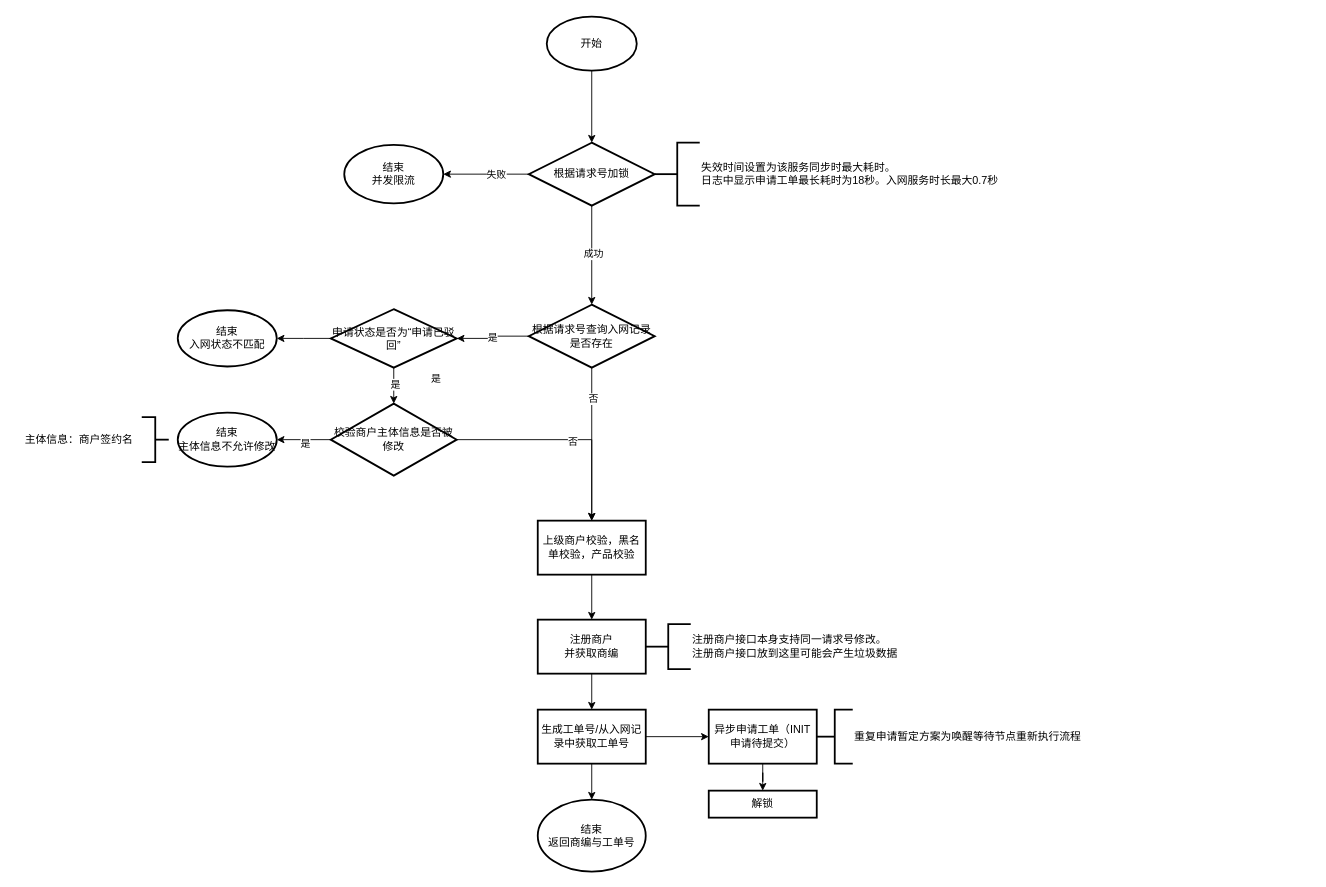
The draw.io diagram Untitled Diagram.drawio in fengyong7723131/work, before the edit. Source tidied: cells renumbered, new cells numbered last; positions are measured from the earlier drawing's top-left corner, leaving out a move shared by most shapes. Both pictures are drawn from the tidied source at 90%, with x=0, y=0 at pixel (15, 16).
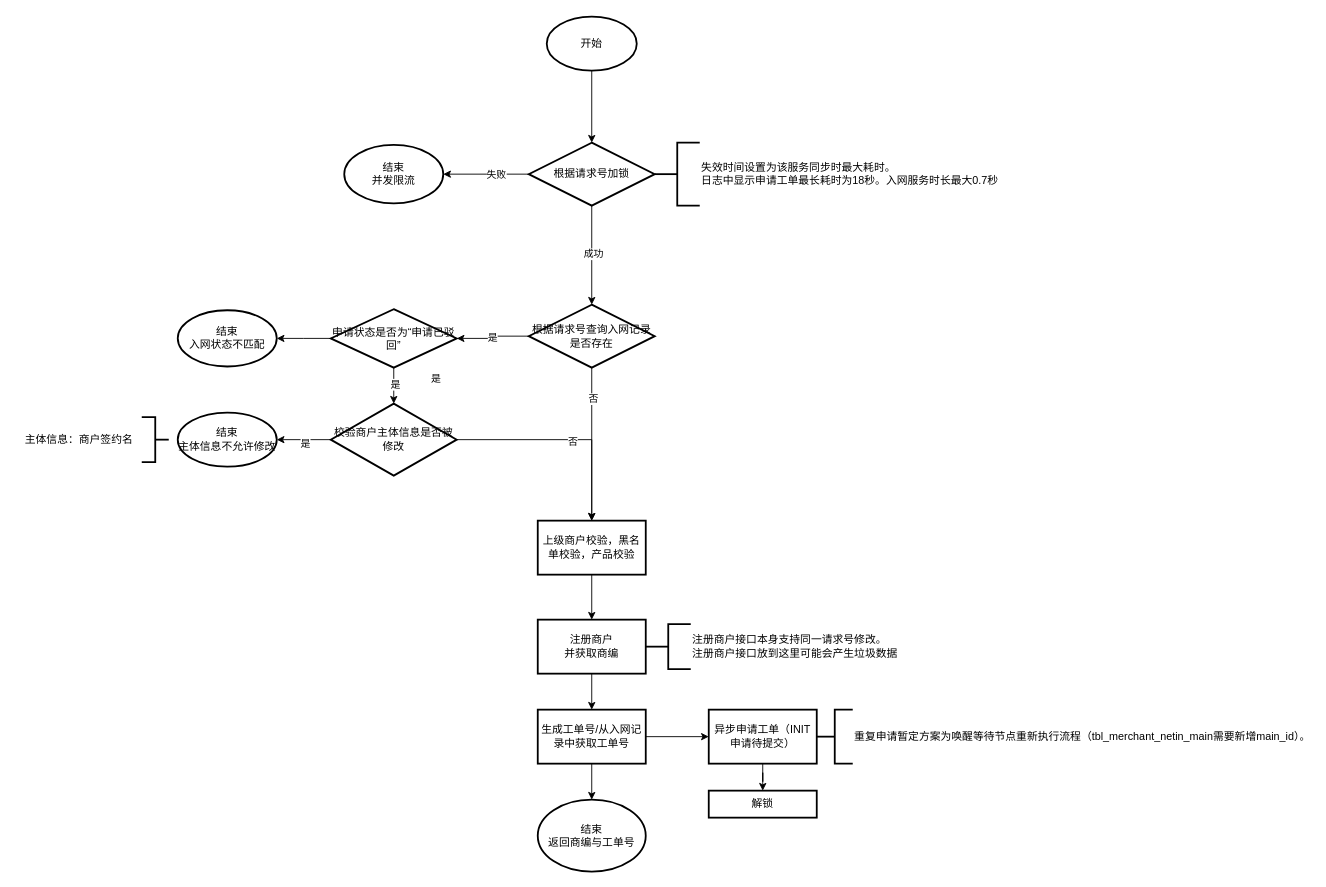
Above is the later version.

Change to the diagram source:
```diff
@@
-    <mxCell id="39" value="重复申请暂定方案为唤醒等待节点重新执行流程" style="strokeWidth=2;html=1;shape=mxgraph.flowchart.annotation_2;align=left;labelPosition=right;" parent="1" vertex="1">
+    <mxCell id="39" value="重复申请暂定方案为唤醒等待节点重新执行流程（tbl_merchant_netin_main需要新增main_id）。" style="strokeWidth=2;html=1;shape=mxgraph.flowchart.annotation_2;align=left;labelPosition=right;" parent="1" vertex="1">
       <mxGeometry x="890" y="770" width="40" height="60" as="geometry" />
     </mxCell>
```
